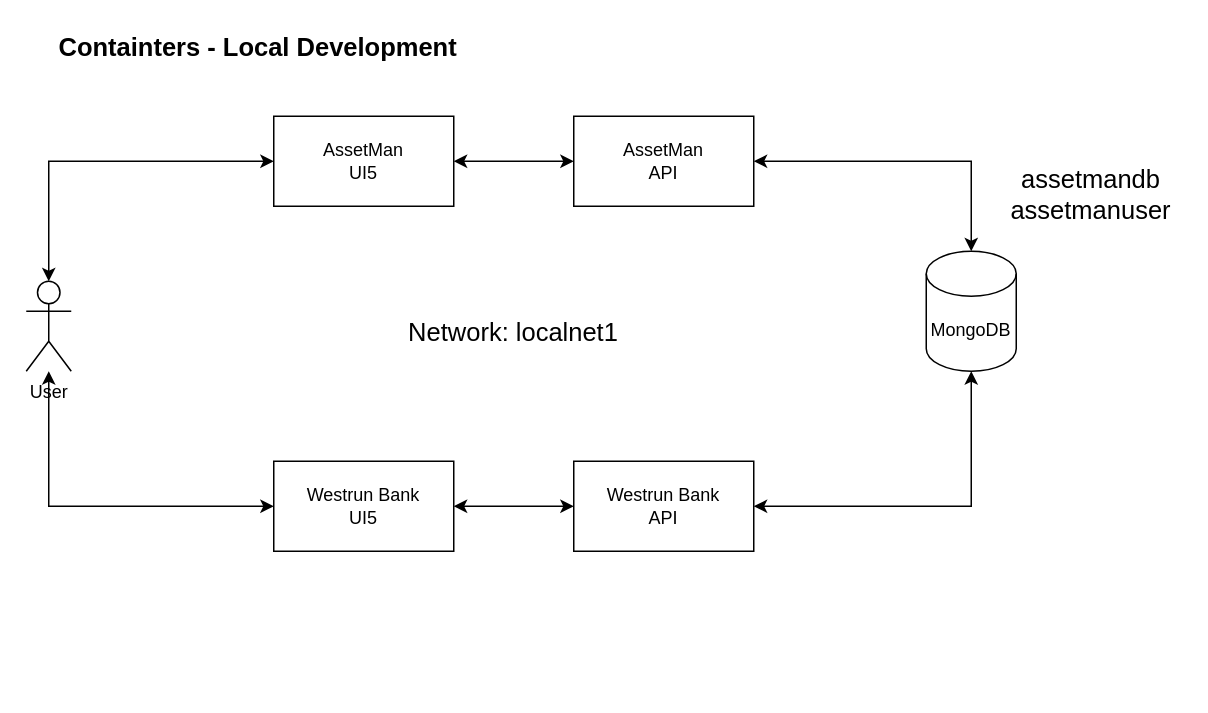
Before: Local Dev.drawio in furlan/diagrams, a draw.io diagram. Source tidied: cells renumbered, new cells numbered last; positions are measured from the earlier drawing's top-left corner, leaving out a move shared by most shapes. Both pictures are drawn from the tidied source at 150%, with x=0, y=0 at pixel (26, 26).
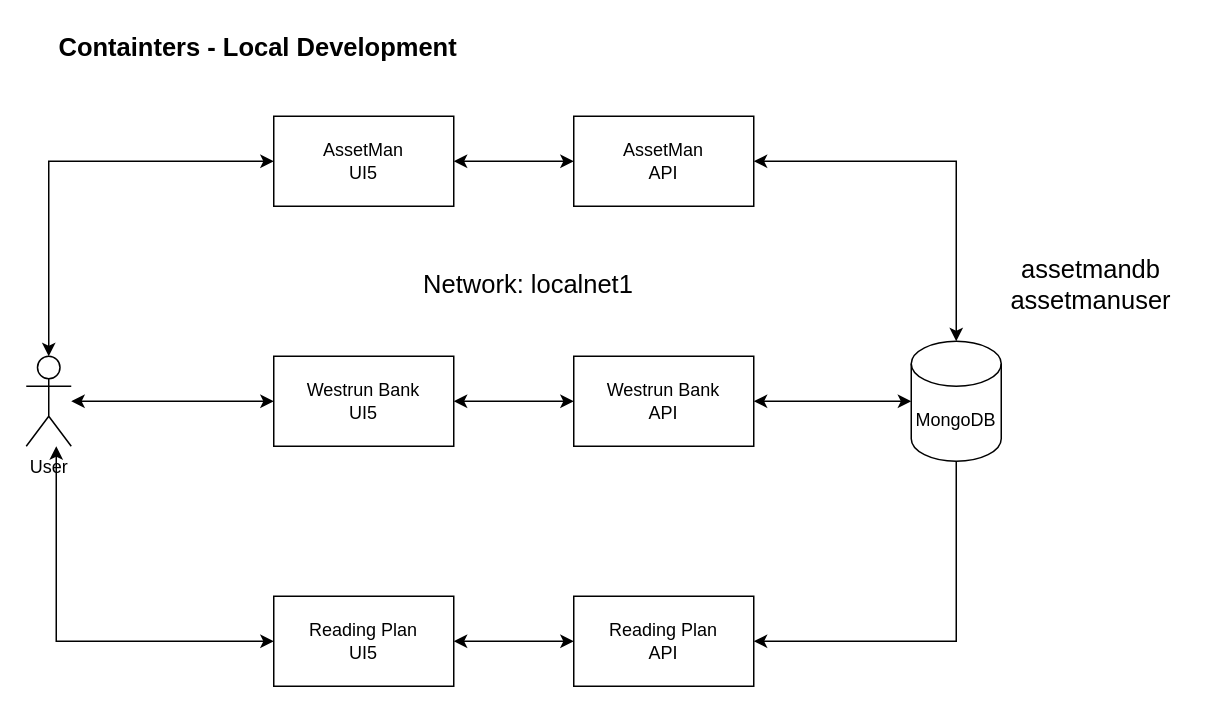
The same page after the edit.

Commit message:
Add Reading Plan

What changed in the source:
```diff
@@
-    <mxCell id="6" value="MongoDB" style="shape=cylinder3;whiteSpace=wrap;html=1;boundedLbl=1;backgroundOutline=1;size=15;" parent="1" vertex="1">
-      <mxGeometry x="600" y="150" width="60" height="80" as="geometry" />
-    </mxCell>
@@
     <mxCell id="9" value="User" style="shape=umlActor;verticalLabelPosition=bottom;verticalAlign=top;html=1;outlineConnect=0;" parent="1" vertex="1">
-      <mxGeometry y="170" width="30" height="60" as="geometry" />
+      <mxGeometry y="220" width="30" height="60" as="geometry" />
     </mxCell>
-    <mxCell id="10" style="edgeStyle=orthogonalEdgeStyle;rounded=0;jettySize=auto;html=1;exitX=1;exitY=0.5;exitDx=0;exitDy=0;entryX=0.5;entryY=1;entryDx=0;entryDy=0;entryPerimeter=0;startArrow=classic;startFill=1;" parent="1" edge="1" source="11" target="6">
+    <mxCell id="10" style="edgeStyle=orthogonalEdgeStyle;rounded=0;jettySize=auto;html=1;exitX=1;exitY=0.5;exitDx=0;exitDy=0;entryX=0;entryY=0.5;entryDx=0;entryDy=0;entryPerimeter=0;startArrow=classic;startFill=1;" parent="1" edge="1" source="11" target="6">
       <mxGeometry relative="1" as="geometry" />
     </mxCell>
     <mxCell id="11" value="Westrun Bank&lt;br&gt;API" style="rounded=0;whiteSpace=wrap;html=1;" parent="1" vertex="1">
-      <mxGeometry x="365" y="290" width="120" height="60" as="geometry" />
+      <mxGeometry x="365" y="220" width="120" height="60" as="geometry" />
     </mxCell>
@@
+    <mxCell id="17" style="edgeStyle=orthogonalEdgeStyle;rounded=0;jettySize=auto;html=1;entryX=0;entryY=0.5;entryDx=0;entryDy=0;startArrow=classic;startFill=1;" parent="1" edge="1" source="9" target="19">
+      <mxGeometry relative="1" as="geometry">
+        <Array as="points">
+          <mxPoint x="20" y="410" />
+        </Array>
+      </mxGeometry>
+    </mxCell>
     <mxCell id="13" value="Westrun Bank&lt;br&gt;UI5" style="rounded=0;whiteSpace=wrap;html=1;" parent="1" vertex="1">
-      <mxGeometry x="165" y="290" width="120" height="60" as="geometry" />
+      <mxGeometry x="165" y="220" width="120" height="60" as="geometry" />
     </mxCell>
@@
     <mxCell id="15" value="Network: localnet1" style="text;html=1;strokeColor=none;fillColor=none;align=center;verticalAlign=middle;whiteSpace=wrap;rounded=0;fontSize=17;" parent="1" vertex="1">
-      <mxGeometry x="230" y="190" width="190" height="30" as="geometry" />
+      <mxGeometry x="240" y="157.5" width="190" height="30" as="geometry" />
     </mxCell>
     <mxCell id="16" value="assetmandb&lt;br&gt;assetmanuser" style="text;html=1;strokeColor=none;fillColor=none;align=center;verticalAlign=middle;whiteSpace=wrap;rounded=0;fontSize=17;" parent="1" vertex="1">
-      <mxGeometry x="650" y="90" width="120" height="45" as="geometry" />
+      <mxGeometry x="650" y="150" width="120" height="45" as="geometry" />
     </mxCell>
+    <mxCell id="18" style="edgeStyle=orthogonalEdgeStyle;rounded=0;jettySize=auto;html=1;startArrow=classic;startFill=1;" parent="1" edge="1" source="19" target="21">
+      <mxGeometry relative="1" as="geometry" />
+    </mxCell>
+    <mxCell id="19" value="Reading Plan&lt;br&gt;UI5" style="rounded=0;whiteSpace=wrap;html=1;" parent="1" vertex="1">
+      <mxGeometry x="165" y="380" width="120" height="60" as="geometry" />
+    </mxCell>
+    <mxCell id="20" style="edgeStyle=orthogonalEdgeStyle;rounded=0;jettySize=auto;html=1;exitX=1;exitY=0.5;exitDx=0;exitDy=0;startArrow=none;startFill=1;" parent="1" edge="1" source="6">
+      <mxGeometry relative="1" as="geometry">
+        <mxPoint x="630" y="260" as="targetPoint" />
+      </mxGeometry>
+    </mxCell>
+    <mxCell id="21" value="Reading Plan&lt;br&gt;API" style="rounded=0;whiteSpace=wrap;html=1;" parent="1" vertex="1">
+      <mxGeometry x="365" y="380" width="120" height="60" as="geometry" />
+    </mxCell>
+    <mxCell id="6" value="MongoDB" style="shape=cylinder3;whiteSpace=wrap;html=1;boundedLbl=1;backgroundOutline=1;size=15;" parent="1" vertex="1">
+      <mxGeometry x="590" y="210" width="60" height="80" as="geometry" />
+    </mxCell>
+    <mxCell id="22" style="edgeStyle=orthogonalEdgeStyle;rounded=0;jettySize=auto;html=1;exitX=1;exitY=0.5;exitDx=0;exitDy=0;startArrow=classic;startFill=1;endArrow=none;" parent="1" edge="1" source="21" target="6">
+      <mxGeometry relative="1" as="geometry" />
+    </mxCell>
```
